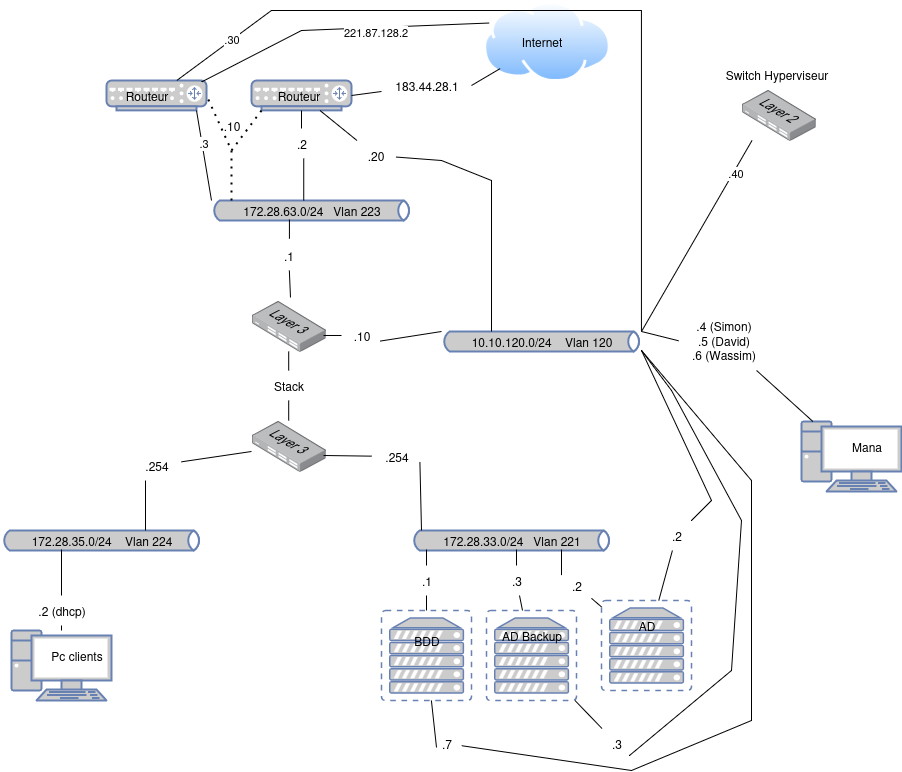
This is docs/images/reseaux/schema-reseaux.png from Sym-0ne/LaPaillasse, a draw.io export, as it was before one commit. Source tidied: cells renumbered, new cells last; positions are measured from the earlier drawing's top-left corner, leaving out a move shared by most shapes.
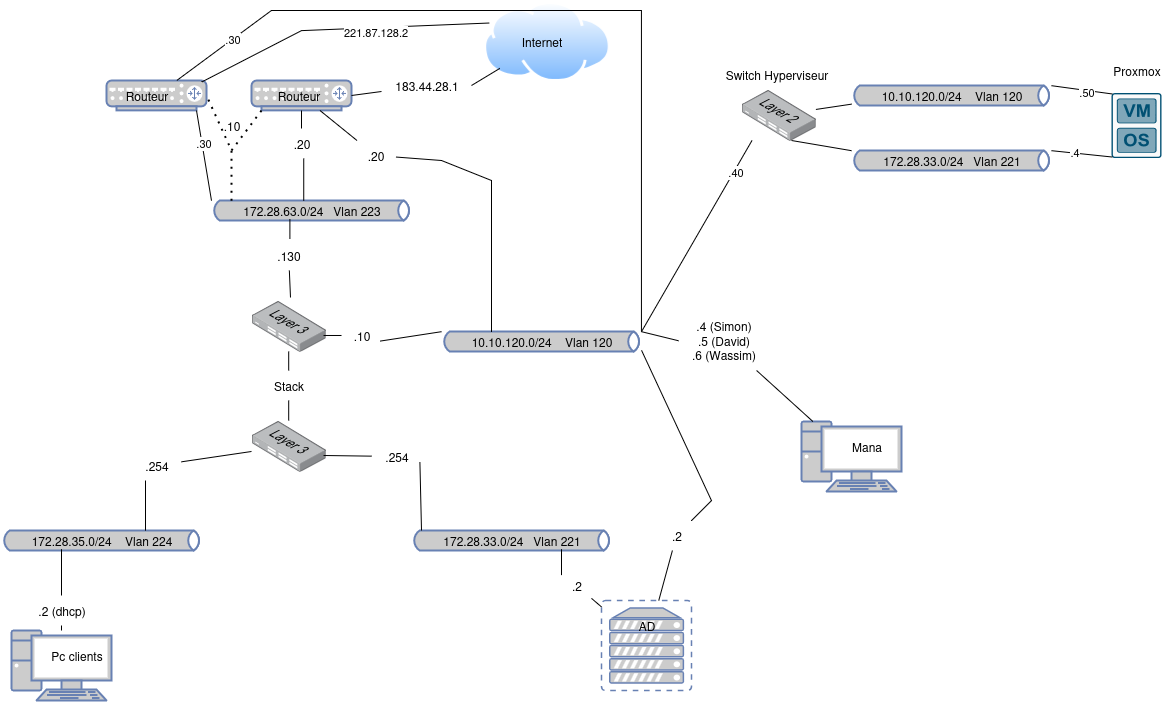
After the change.

Commit message:
schema changée

What changed in the source:
```diff
@@ -86,8 +86,8 @@
     <mxCell id="29" style="endArrow=none;html=1;rounded=0;exitX=0.524;exitY=-0.059;exitDx=0;exitDy=0;exitPerimeter=0;" parent="1" edge="1" source="2" target="30">
       <mxGeometry relative="1" as="geometry" />
     </mxCell>
-    <mxCell id="30" value=".1" style="text;html=1;align=center;verticalAlign=middle;points=[];strokeColor=none;fillColor=none;" parent="1" vertex="1">
-      <mxGeometry x="272.2" y="240" width="30" height="30" as="geometry" />
+    <mxCell id="30" value=".130" style="text;html=1;align=center;verticalAlign=middle;points=[];strokeColor=none;fillColor=none;" parent="1" vertex="1">
+      <mxGeometry x="262.2" y="240" width="50" height="30" as="geometry" />
     </mxCell>
     <mxCell id="31" style="fontColor=#0066CC;verticalAlign=top;verticalLabelPosition=bottom;labelPosition=center;align=center;html=1;outlineConnect=0;fillColor=#CCCCCC;strokeColor=#6881B3;gradientColor=none;gradientDirection=north;strokeWidth=2;shape=mxgraph.networks.router;" parent="1" vertex="1">
       <mxGeometry x="250" y="80" width="100" height="30" as="geometry" />
@@ -98,8 +98,8 @@
     <mxCell id="33" style="endArrow=none;html=1;rounded=0;" parent="1" edge="1" source="17" target="34">
       <mxGeometry relative="1" as="geometry" />
     </mxCell>
-    <mxCell id="34" value=".2" style="text;html=1;align=center;verticalAlign=middle;points=[];strokeColor=none;fillColor=none;" parent="1" vertex="1">
-      <mxGeometry x="285" y="128" width="30" height="30" as="geometry" />
+    <mxCell id="34" value="&lt;div&gt;.20&lt;/div&gt;" style="text;html=1;align=center;verticalAlign=middle;points=[];strokeColor=none;fillColor=none;" parent="1" vertex="1">
+      <mxGeometry x="280" y="128" width="40" height="30" as="geometry" />
     </mxCell>
     <mxCell id="35" value="Routeur" style="text;html=1;align=center;verticalAlign=middle;strokeColor=none;fillColor=none;" parent="1" vertex="1">
       <mxGeometry x="262.2" y="80" width="70" height="30" as="geometry" />
@@ -164,69 +164,9 @@
     <mxCell id="52" value=".20" style="text;html=1;align=center;verticalAlign=middle;points=[];strokeColor=none;fillColor=none;" parent="1" vertex="1">
       <mxGeometry x="354" y="140" width="40" height="30" as="geometry" />
     </mxCell>
-    <mxCell id="53" style="fontColor=#0066CC;verticalAlign=top;verticalLabelPosition=bottom;labelPosition=center;align=center;html=1;outlineConnect=0;fillColor=#CCCCCC;strokeColor=#6881B3;gradientColor=none;gradientDirection=north;strokeWidth=2;shape=mxgraph.networks.virtual_server;" parent="1" vertex="1">
-      <mxGeometry x="485" y="610" width="90" height="90" as="geometry" />
-    </mxCell>
-    <mxCell id="54" style="fontColor=#0066CC;verticalAlign=top;verticalLabelPosition=bottom;labelPosition=center;align=center;html=1;outlineConnect=0;fillColor=#CCCCCC;strokeColor=#6881B3;gradientColor=none;gradientDirection=north;strokeWidth=2;shape=mxgraph.networks.virtual_server;" parent="1" vertex="1">
-      <mxGeometry x="380" y="610" width="90" height="90" as="geometry" />
-    </mxCell>
-    <mxCell id="55" value="AD Backup" style="text;html=1;align=center;verticalAlign=middle;strokeColor=none;fillColor=none;" parent="1" vertex="1">
-      <mxGeometry x="490" y="620" width="80" height="30" as="geometry" />
-    </mxCell>
-    <mxCell id="56" style="endArrow=none;html=1;rounded=0;" parent="1" edge="1" source="58" target="18">
-      <mxGeometry relative="1" as="geometry" />
-    </mxCell>
-    <mxCell id="57" style="endArrow=none;html=1;rounded=0;" parent="1" edge="1" source="53" target="58">
-      <mxGeometry relative="1" as="geometry" />
-    </mxCell>
-    <mxCell id="58" value=".3" style="text;html=1;align=center;verticalAlign=middle;points=[];strokeColor=none;fillColor=none;" parent="1" vertex="1">
-      <mxGeometry x="500" y="565" width="30" height="30" as="geometry" />
-    </mxCell>
     <mxCell id="59" style="endArrow=none;html=1;rounded=0;" parent="1" edge="1" source="20" target="46">
       <mxGeometry relative="1" as="geometry" />
     </mxCell>
-    <mxCell id="60" value="BDD" style="text;html=1;align=center;verticalAlign=middle;strokeColor=none;fillColor=none;" parent="1" vertex="1">
-      <mxGeometry x="400" y="625" width="50" height="30" as="geometry" />
-    </mxCell>
-    <mxCell id="61" style="endArrow=none;html=1;rounded=0;" parent="1" edge="1" source="63" target="18">
-      <mxGeometry relative="1" as="geometry" />
-    </mxCell>
-    <mxCell id="62" style="endArrow=none;html=1;rounded=0;" parent="1" edge="1" source="54" target="63">
-      <mxGeometry relative="1" as="geometry" />
-    </mxCell>
-    <mxCell id="63" value=".1" style="text;html=1;align=center;verticalAlign=middle;points=[];strokeColor=none;fillColor=none;" parent="1" vertex="1">
-      <mxGeometry x="410" y="565" width="30" height="30" as="geometry" />
-    </mxCell>
-    <mxCell id="64" value=".3" style="text;html=1;align=center;verticalAlign=middle;points=[];strokeColor=none;fillColor=none;" parent="1" vertex="1">
-      <mxGeometry x="600" y="728" width="30" height="30" as="geometry" />
-    </mxCell>
-    <mxCell id="65" style="endArrow=none;html=1;rounded=0;" parent="1" edge="1" source="53" target="64">
-      <mxGeometry relative="1" as="geometry" />
-    </mxCell>
-    <mxCell id="66" style="endArrow=none;html=1;rounded=0;exitX=0.933;exitY=0.9;exitDx=0;exitDy=0;exitPerimeter=0;" parent="1" edge="1" source="64" target="19">
-      <mxGeometry relative="1" as="geometry">
-        <Array as="points">
-          <mxPoint x="730" y="670" />
-          <mxPoint x="740" y="520" />
-          <mxPoint x="670" y="390" />
-        </Array>
-      </mxGeometry>
-    </mxCell>
-    <mxCell id="67" value=".7" style="text;html=1;align=center;verticalAlign=middle;points=[];strokeColor=none;fillColor=none;" parent="1" vertex="1">
-      <mxGeometry x="430" y="728" width="30" height="30" as="geometry" />
-    </mxCell>
-    <mxCell id="68" style="endArrow=none;html=1;rounded=0;exitX=0.167;exitY=0.633;exitDx=0;exitDy=0;exitPerimeter=0;" parent="1" edge="1" source="67" target="54">
-      <mxGeometry relative="1" as="geometry" />
-    </mxCell>
-    <mxCell id="69" style="endArrow=none;html=1;rounded=0;" parent="1" edge="1" source="19" target="67">
-      <mxGeometry relative="1" as="geometry">
-        <Array as="points">
-          <mxPoint x="750" y="480" />
-          <mxPoint x="750" y="720" />
-          <mxPoint x="630" y="770" />
-        </Array>
-      </mxGeometry>
-    </mxCell>
     <mxCell id="70" style="fontColor=#0066CC;verticalAlign=top;verticalLabelPosition=bottom;labelPosition=center;align=center;html=1;outlineConnect=0;fillColor=#CCCCCC;strokeColor=#6881B3;gradientColor=none;gradientDirection=north;strokeWidth=2;shape=mxgraph.networks.router;" parent="1" vertex="1">
       <mxGeometry x="105" y="80" width="100" height="30" as="geometry" />
     </mxCell>
@@ -236,7 +176,7 @@
     <mxCell id="72" style="endArrow=none;html=1;rounded=0;entryX=0.9;entryY=1;entryDx=0;entryDy=0;entryPerimeter=0;" parent="1" edge="1" source="17" target="70">
       <mxGeometry relative="1" as="geometry" />
     </mxCell>
-    <mxCell id="73" value=".3" style="edgeLabel;html=1;align=center;verticalAlign=middle;" parent="72" vertex="1">
+    <mxCell id="73" value=".30" style="edgeLabel;html=1;align=center;verticalAlign=middle;" parent="72" vertex="1">
       <mxGeometry x="0.28" relative="1" as="geometry">
         <mxPoint x="1" as="offset" />
       </mxGeometry>
@@ -291,5 +231,35 @@
     <mxCell id="84" value="Switch Hyperviseur" style="text;html=1;align=center;verticalAlign=middle;strokeColor=none;fillColor=none;" parent="1" vertex="1">
       <mxGeometry x="710" y="59" width="130" height="30" as="geometry" />
     </mxCell>
+    <mxCell id="85" style="sketch=0;points=[[0.015,0.015,0],[0.985,0.015,0],[0.985,0.985,0],[0.015,0.985,0],[0.25,0,0],[0.5,0,0],[0.75,0,0],[1,0.25,0],[1,0.5,0],[1,0.75,0],[0.75,1,0],[0.5,1,0],[0.25,1,0],[0,0.75,0],[0,0.5,0],[0,0.25,0]];verticalLabelPosition=bottom;html=1;verticalAlign=top;align=center;shape=mxgraph.cisco19.rect;prIcon=hypervisor;fillColor=#FAFAFA;strokeColor=#005073;" parent="1" vertex="1">
+      <mxGeometry x="1110" y="92.5" width="50" height="65" as="geometry" />
+    </mxCell>
+    <mxCell id="86" value="&lt;span style=&quot;color: rgb(0, 0, 0);&quot;&gt;172.28.33.0/24&amp;nbsp; &amp;nbsp;Vlan 221&lt;/span&gt;" style="html=1;outlineConnect=0;fillColor=#CCCCCC;strokeColor=#6881B3;gradientColor=none;gradientDirection=north;strokeWidth=2;shape=mxgraph.networks.bus;gradientColor=none;gradientDirection=north;fontColor=#ffffff;perimeter=backbonePerimeter;backboneSize=20;" parent="1" vertex="1">
+      <mxGeometry x="850" y="150" width="200" height="20" as="geometry" />
+    </mxCell>
+    <mxCell id="87" value="&lt;div&gt;&lt;span style=&quot;color: rgb(0, 0, 0);&quot;&gt;10.10.120.0/24&amp;nbsp; &amp;nbsp; Vlan 120&lt;/span&gt;&lt;/div&gt;" style="html=1;outlineConnect=0;fillColor=#CCCCCC;strokeColor=#6881B3;gradientColor=none;gradientDirection=north;strokeWidth=2;shape=mxgraph.networks.bus;gradientColor=none;gradientDirection=north;fontColor=#ffffff;perimeter=backbonePerimeter;backboneSize=20;" parent="1" vertex="1">
+      <mxGeometry x="850" y="85" width="200" height="20" as="geometry" />
+    </mxCell>
+    <mxCell id="88" style="endArrow=none;html=1;rounded=0;" parent="1" edge="1" source="81" target="87">
+      <mxGeometry relative="1" as="geometry" />
+    </mxCell>
+    <mxCell id="89" style="endArrow=none;html=1;rounded=0;entryX=0.672;entryY=1;entryDx=0;entryDy=0;entryPerimeter=0;" parent="1" edge="1" source="86" target="81">
+      <mxGeometry relative="1" as="geometry" />
+    </mxCell>
+    <mxCell id="90" style="endArrow=none;html=1;rounded=0;entryX=0.015;entryY=0.015;entryDx=0;entryDy=0;entryPerimeter=0;" parent="1" edge="1" source="87" target="85">
+      <mxGeometry relative="1" as="geometry" />
+    </mxCell>
+    <mxCell id="91" value=".50" style="edgeLabel;html=1;align=center;verticalAlign=middle;" parent="90" vertex="1">
+      <mxGeometry x="0.16" y="-1" relative="1" as="geometry" />
+    </mxCell>
+    <mxCell id="92" style="endArrow=none;html=1;rounded=0;exitX=0.015;exitY=0.985;exitDx=0;exitDy=0;exitPerimeter=0;" parent="1" edge="1" source="85" target="86">
+      <mxGeometry relative="1" as="geometry" />
+    </mxCell>
+    <mxCell id="93" value=".4" style="edgeLabel;html=1;align=center;verticalAlign=middle;" parent="92" vertex="1">
+      <mxGeometry x="0.28" y="-1" relative="1" as="geometry" />
+    </mxCell>
+    <mxCell id="94" value="Proxmox" style="text;html=1;align=center;verticalAlign=middle;strokeColor=none;fillColor=none;" parent="1" vertex="1">
+      <mxGeometry x="1100" y="55" width="70" height="30" as="geometry" />
+    </mxCell>
   </root>
 </mxGraphModel>
```
